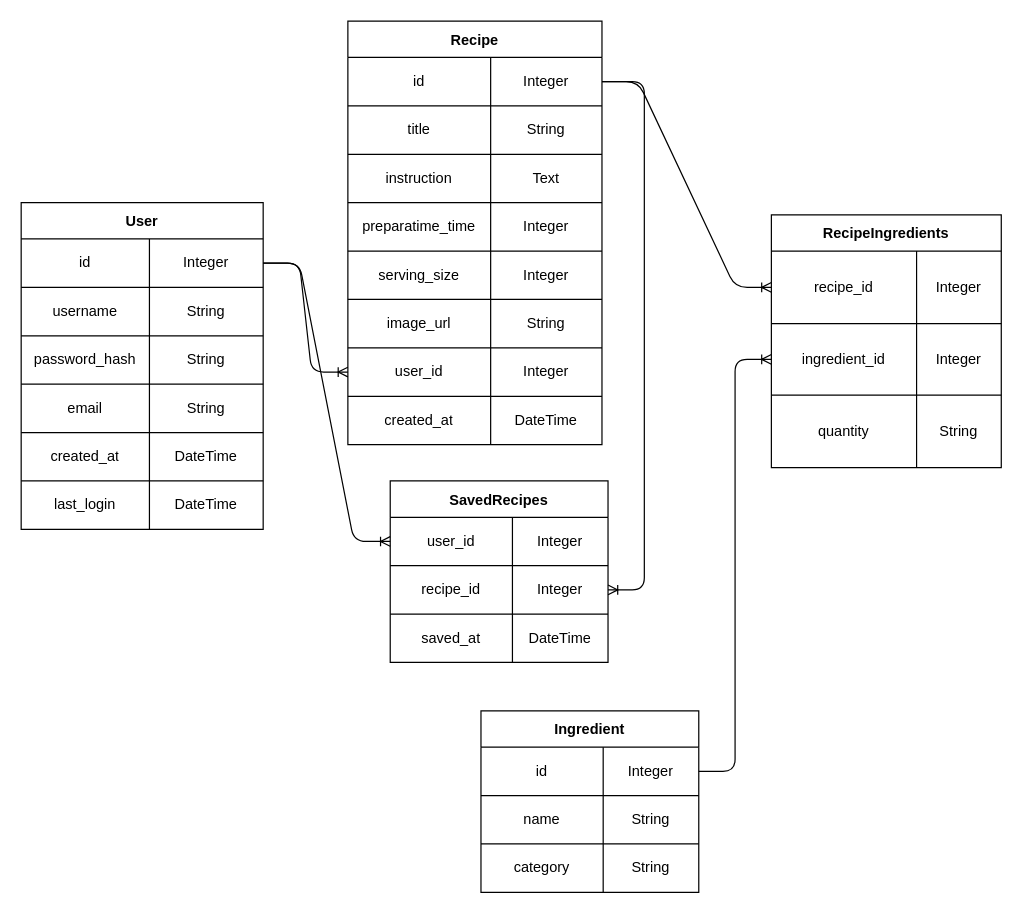
Earlier version of the draw.io diagram planning/database-schema.drawio (christopherthai/chefmate-ai). Source tidied: cells renumbered, new cells numbered last; positions are measured from the earlier drawing's top-left corner, leaving out a move shared by most shapes. Both pictures are drawn from the tidied source at 121%, with x=0, y=0 at pixel (21, 21).
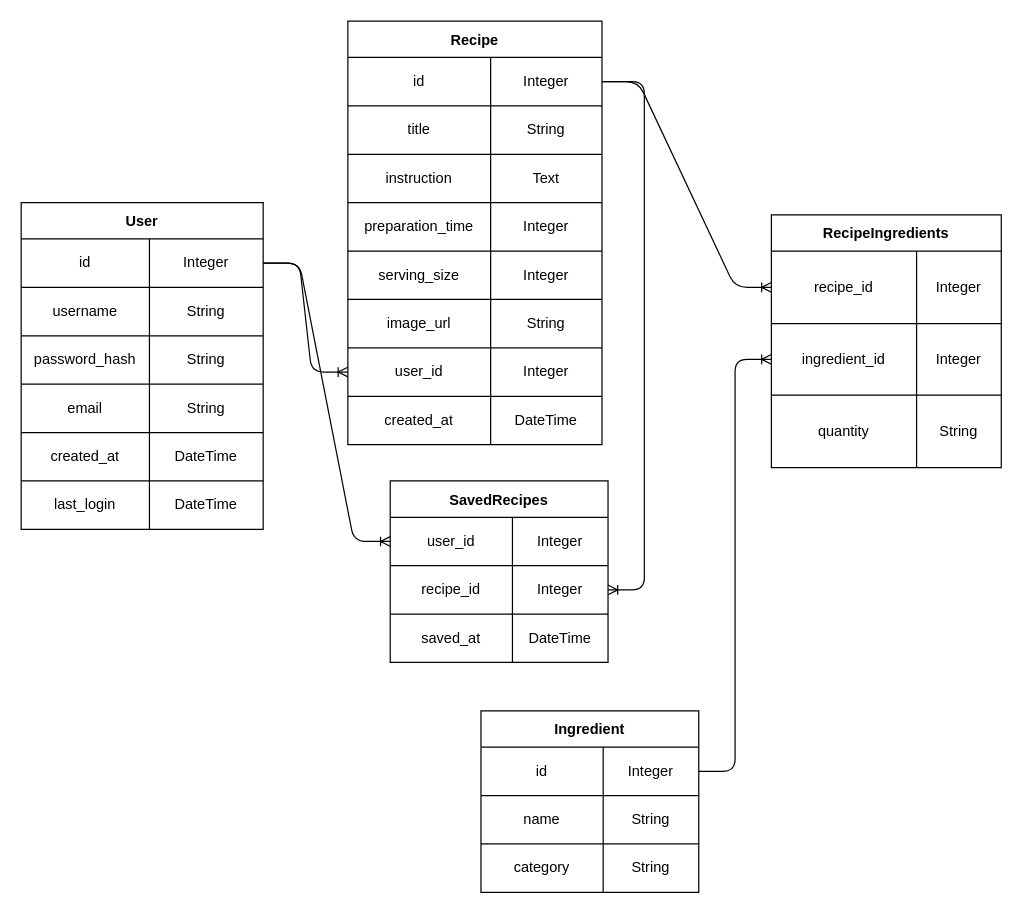
After the change.

The change refers to these unchanged cells:
```xml
<mxCell id="51" style="shape=tableRow;horizontal=0;startSize=0;swimlaneHead=0;swimlaneBody=0;top=0;left=0;bottom=0;right=0;fillColor=none;" parent="41" vertex="1">
  <mxGeometry y="150" width="210" height="40" as="geometry" />
</mxCell>
```

The edit, as a diff of the source:
```diff
@@
-    <mxCell id="52" value="preparatime_time" style="shape=partialRectangle;html=1;whiteSpace=wrap;fillColor=none;top=0;left=0;bottom=0;right=0;overflow=hidden;" parent="51" vertex="1">
+    <mxCell id="52" value="preparation_time" style="shape=partialRectangle;html=1;whiteSpace=wrap;fillColor=none;top=0;left=0;bottom=0;right=0;overflow=hidden;" parent="51" vertex="1">
       <mxGeometry width="118" height="40" as="geometry" />
     </mxCell>
```
